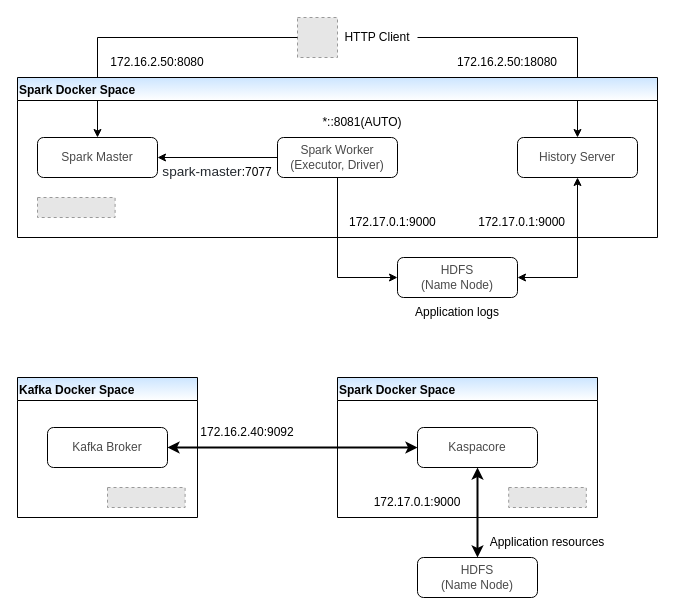
This is page "spark" (8 of 12) of Developer's Guide/MataElang Services.drawio from mata-elang-stable/DevelopersGuide, a draw.io file, before an edit. Source tidied: cells renumbered, new cells numbered last; positions are measured from the earlier drawing's top-left corner, leaving out a move shared by most shapes. Both pictures are drawn from the tidied source at 100%, with x=0, y=0 at pixel (17, 17). Pictures stored in the file or linked from it are replaced by grey dashed boxes.
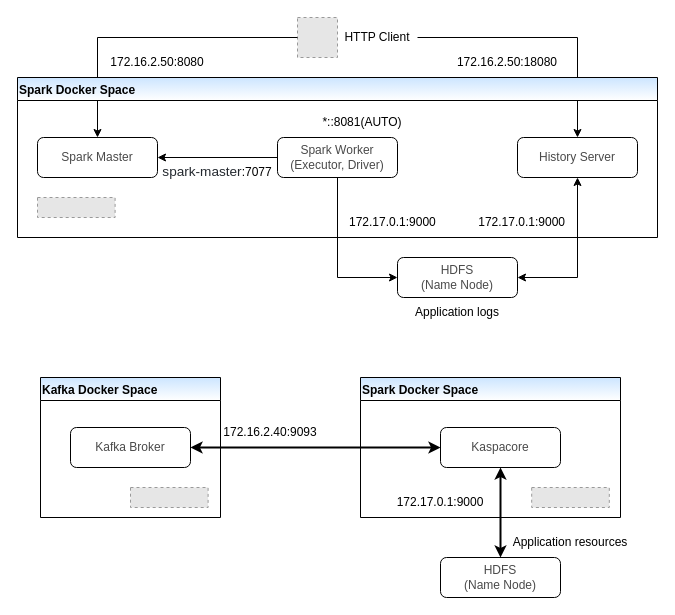
After the change.

Commit message:
Add Kafka diagram

Diff of the diagram source:
```diff
@@
     <mxCell id="24" style="group;" parent="1" vertex="1">
-      <mxGeometry y="360" width="600" height="220" as="geometry" />
+      <mxGeometry x="23" y="360" width="600" height="220" as="geometry" />
     </mxCell>
-    <mxCell id="25" value="172.16.2.40:9092" style="text;html=1;strokeColor=none;fillColor=none;align=center;verticalAlign=middle;whiteSpace=wrap;rounded=0;" parent="24" vertex="1">
+    <mxCell id="25" value="172.16.2.40:9093" style="text;html=1;strokeColor=none;fillColor=none;align=center;verticalAlign=middle;whiteSpace=wrap;rounded=0;" parent="24" vertex="1">
       <mxGeometry x="180" y="40" width="100" height="30" as="geometry" />
     </mxCell>
```
